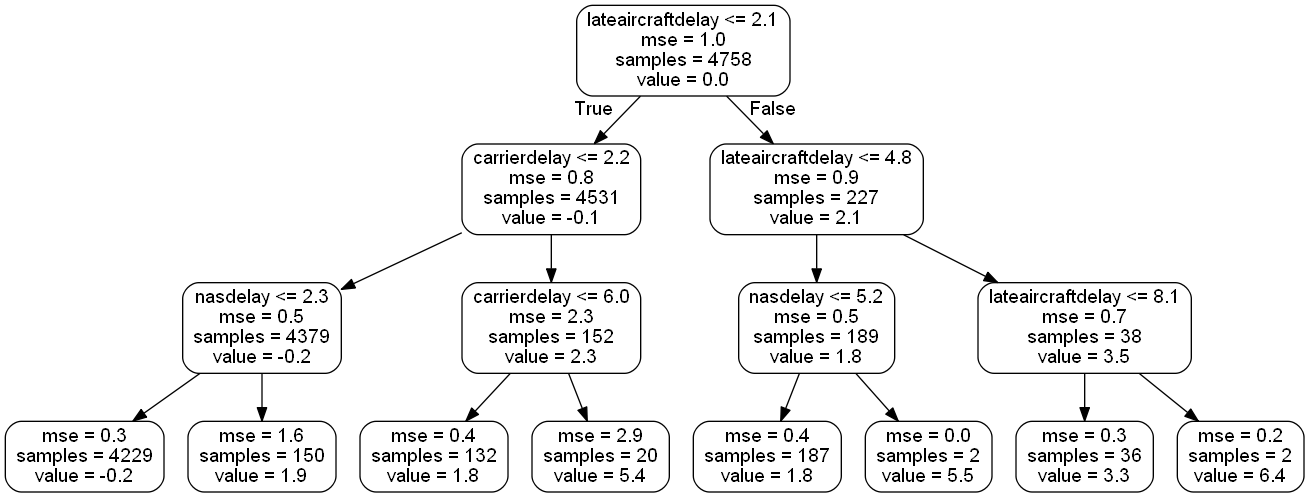
Yms002/Ejercicios keeps this Graphviz diagram as S12_T01/small_tree.png. Above is the earlier version. Its source is kept beside it as S12_T01/small_tree.dot.
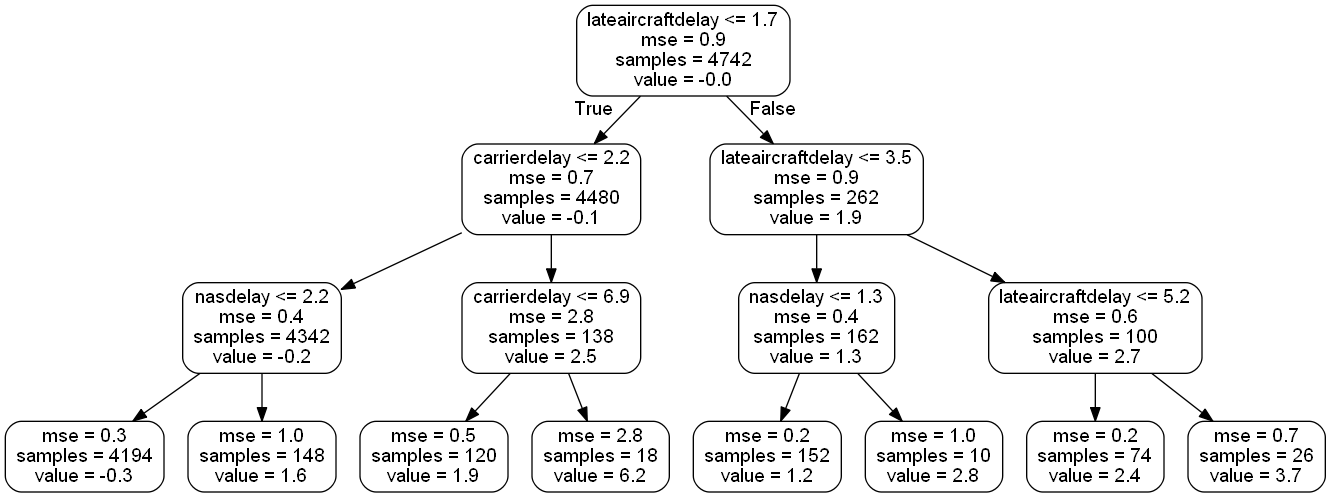
The same diagram one commit later.

Diff of the diagram source:
```diff
@@ -1,33 +1,33 @@
 digraph Tree {
 node [shape=box, style="rounded", color="black", fontname=helvetica] ;
 edge [fontname=helvetica] ;
-0 [label="lateaircraftdelay <= 2.1\nmse = 1.0\nsamples = 4758\nvalue = 0.0"] ;
-1 [label="carrierdelay <= 2.2\nmse = 0.8\nsamples = 4531\nvalue = -0.1"] ;
+0 [label="lateaircraftdelay <= 1.7\nmse = 0.9\nsamples = 4742\nvalue = -0.0"] ;
+1 [label="carrierdelay <= 2.2\nmse = 0.7\nsamples = 4480\nvalue = -0.1"] ;
 0 -> 1 [labeldistance=2.5, labelangle=45, headlabel="True"] ;
-2 [label="nasdelay <= 2.3\nmse = 0.5\nsamples = 4379\nvalue = -0.2"] ;
+2 [label="nasdelay <= 2.2\nmse = 0.4\nsamples = 4342\nvalue = -0.2"] ;
 1 -> 2 ;
-3 [label="mse = 0.3\nsamples = 4229\nvalue = -0.2"] ;
+3 [label="mse = 0.3\nsamples = 4194\nvalue = -0.3"] ;
 2 -> 3 ;
-4 [label="mse = 1.6\nsamples = 150\nvalue = 1.9"] ;
+4 [label="mse = 1.0\nsamples = 148\nvalue = 1.6"] ;
 2 -> 4 ;
-5 [label="carrierdelay <= 6.0\nmse = 2.3\nsamples = 152\nvalue = 2.3"] ;
+5 [label="carrierdelay <= 6.9\nmse = 2.8\nsamples = 138\nvalue = 2.5"] ;
 1 -> 5 ;
-6 [label="mse = 0.4\nsamples = 132\nvalue = 1.8"] ;
+6 [label="mse = 0.5\nsamples = 120\nvalue = 1.9"] ;
 5 -> 6 ;
-7 [label="mse = 2.9\nsamples = 20\nvalue = 5.4"] ;
+7 [label="mse = 2.8\nsamples = 18\nvalue = 6.2"] ;
 5 -> 7 ;
-8 [label="lateaircraftdelay <= 4.8\nmse = 0.9\nsamples = 227\nvalue = 2.1"] ;
+8 [label="lateaircraftdelay <= 3.5\nmse = 0.9\nsamples = 262\nvalue = 1.9"] ;
 0 -> 8 [labeldistance=2.5, labelangle=-45, headlabel="False"] ;
-9 [label="nasdelay <= 5.2\nmse = 0.5\nsamples = 189\nvalue = 1.8"] ;
+9 [label="nasdelay <= 1.3\nmse = 0.4\nsamples = 162\nvalue = 1.3"] ;
 8 -> 9 ;
-10 [label="mse = 0.4\nsamples = 187\nvalue = 1.8"] ;
+10 [label="mse = 0.2\nsamples = 152\nvalue = 1.2"] ;
 9 -> 10 ;
-11 [label="mse = 0.0\nsamples = 2\nvalue = 5.5"] ;
+11 [label="mse = 1.0\nsamples = 10\nvalue = 2.8"] ;
 9 -> 11 ;
-12 [label="lateaircraftdelay <= 8.1\nmse = 0.7\nsamples = 38\nvalue = 3.5"] ;
+12 [label="lateaircraftdelay <= 5.2\nmse = 0.6\nsamples = 100\nvalue = 2.7"] ;
 8 -> 12 ;
-13 [label="mse = 0.3\nsamples = 36\nvalue = 3.3"] ;
+13 [label="mse = 0.2\nsamples = 74\nvalue = 2.4"] ;
 12 -> 13 ;
-14 [label="mse = 0.2\nsamples = 2\nvalue = 6.4"] ;
+14 [label="mse = 0.7\nsamples = 26\nvalue = 3.7"] ;
 12 -> 14 ;
 }
```
